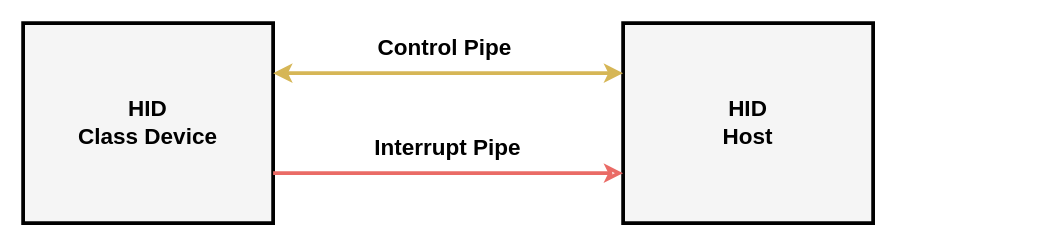
The draw.io diagram diagrams/hid_communication/hid_communication.drawio in Doly02/thesis, before the edit. Source tidied: cells renumbered, new cells numbered last; positions are measured from the earlier drawing's top-left corner, leaving out a move shared by most shapes. Both pictures are drawn from the tidied source at 125%, with x=0, y=0 at pixel (22, 22).
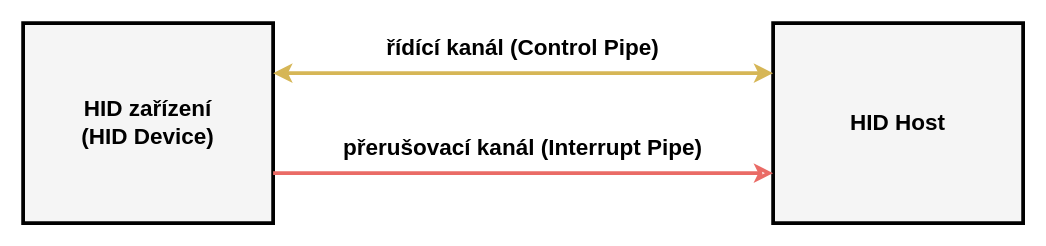
The same page after the edit.

The edit, as a diff of the source:
```diff
@@
 <mxGraphModel>
   <root>
     <mxCell id="0" />
     <mxCell id="1" parent="0" />
-    <mxCell id="2" value="&lt;font style=&quot;font-size: 18px; color: rgb(0, 0, 0);&quot;&gt;&lt;b style=&quot;&quot;&gt;HID&lt;/b&gt;&lt;/font&gt;&lt;div&gt;&lt;font style=&quot;font-size: 18px; color: rgb(0, 0, 0);&quot;&gt;&lt;b style=&quot;&quot;&gt;Class Device&lt;/b&gt;&lt;/font&gt;&lt;/div&gt;" style="rounded=0;whiteSpace=wrap;html=1;strokeWidth=3;fillColor=#f5f5f5;fontColor=#333333;strokeColor=#000000;" parent="1" vertex="1">
+    <mxCell id="2" value="&lt;font style=&quot;font-size: 18px; color: rgb(0, 0, 0);&quot;&gt;&lt;b style=&quot;&quot;&gt;HID&amp;nbsp;&lt;/b&gt;&lt;/font&gt;&lt;b style=&quot;background-color: transparent; color: rgb(0, 0, 0); font-size: 18px;&quot;&gt;zařízení&lt;/b&gt;&lt;div&gt;&lt;font style=&quot;font-size: 18px; color: rgb(0, 0, 0);&quot;&gt;&lt;b style=&quot;&quot;&gt;(&lt;/b&gt;&lt;/font&gt;&lt;b style=&quot;color: rgb(0, 0, 0); font-size: 18px; background-color: transparent;&quot;&gt;&lt;b&gt;HID Device&lt;/b&gt;)&lt;/b&gt;&lt;/div&gt;" style="rounded=0;whiteSpace=wrap;html=1;strokeWidth=3;fillColor=#f5f5f5;fontColor=#333333;strokeColor=#000000;" parent="1" vertex="1">
       <mxGeometry width="200" height="160" as="geometry" />
     </mxCell>
-    <mxCell id="3" value="&lt;font style=&quot;font-size: 18px; color: rgb(0, 0, 0);&quot;&gt;&lt;b style=&quot;&quot;&gt;HID&lt;/b&gt;&lt;/font&gt;&lt;div&gt;&lt;font style=&quot;font-size: 18px; color: rgb(0, 0, 0);&quot;&gt;&lt;b style=&quot;&quot;&gt;Host&lt;/b&gt;&lt;/font&gt;&lt;/div&gt;" style="rounded=0;whiteSpace=wrap;html=1;strokeWidth=3;fillColor=#f5f5f5;fontColor=#333333;strokeColor=#000000;" parent="1" vertex="1">
-      <mxGeometry x="480" width="200" height="160" as="geometry" />
+    <mxCell id="3" value="&lt;font style=&quot;font-size: 18px; color: rgb(0, 0, 0);&quot;&gt;&lt;b style=&quot;&quot;&gt;HID&amp;nbsp;&lt;/b&gt;&lt;/font&gt;&lt;b style=&quot;color: rgb(0, 0, 0); font-size: 18px; background-color: transparent;&quot;&gt;Host&lt;/b&gt;" style="rounded=0;whiteSpace=wrap;html=1;strokeWidth=3;fillColor=#f5f5f5;fontColor=#333333;strokeColor=#000000;" parent="1" vertex="1">
+      <mxGeometry x="600" width="200" height="160" as="geometry" />
     </mxCell>
     <mxCell id="4" style="endArrow=classic;html=1;rounded=0;exitX=1;exitY=0.25;exitDx=0;exitDy=0;entryX=0;entryY=0.25;entryDx=0;entryDy=0;strokeWidth=3;fillColor=#fff2cc;strokeColor=#d6b656;startArrow=classic;startFill=1;" parent="1" edge="1" source="2" target="3">
       <mxGeometry relative="1" as="geometry" />
     </mxCell>
     <mxCell id="5" style="endArrow=none;html=1;rounded=0;exitX=0;exitY=0.75;exitDx=0;exitDy=0;entryX=1;entryY=0.75;entryDx=0;entryDy=0;strokeWidth=3;fillColor=#ffe6cc;strokeColor=#EA6B66;startArrow=classic;startFill=0;" parent="1" edge="1" source="3" target="2">
       <mxGeometry relative="1" as="geometry" />
     </mxCell>
-    <mxCell id="6" value="&lt;font style=&quot;font-size: 18px; color: rgb(0, 0, 0);&quot;&gt;&lt;b style=&quot;&quot;&gt;Control Pipe&amp;nbsp;&lt;/b&gt;&lt;/font&gt;" style="text;html=1;align=center;verticalAlign=middle;whiteSpace=wrap;rounded=0;" parent="1" vertex="1">
-      <mxGeometry x="240" width="200" height="40" as="geometry" />
+    <mxCell id="6" value="&lt;font style=&quot;font-size: 18px; color: rgb(0, 0, 0);&quot;&gt;&lt;b&gt;řídící kanál&amp;nbsp;&lt;/b&gt;&lt;b style=&quot;&quot;&gt;(&lt;/b&gt;&lt;b&gt;Control Pipe&lt;/b&gt;&lt;b style=&quot;&quot;&gt;)&lt;/b&gt;&lt;/font&gt;" style="text;html=1;align=center;verticalAlign=middle;whiteSpace=wrap;rounded=0;" parent="1" vertex="1">
+      <mxGeometry x="250" width="300" height="40" as="geometry" />
     </mxCell>
-    <mxCell id="7" value="&lt;font style=&quot;font-size: 18px; color: rgb(0, 0, 0);&quot;&gt;&lt;b style=&quot;&quot;&gt;Interrupt Pipe&lt;/b&gt;&lt;/font&gt;" style="text;html=1;align=center;verticalAlign=middle;whiteSpace=wrap;rounded=0;" parent="1" vertex="1">
-      <mxGeometry x="240" y="80" width="200" height="40" as="geometry" />
+    <mxCell id="7" value="&lt;font style=&quot;font-size: 18px; color: rgb(0, 0, 0);&quot;&gt;&lt;b&gt;přerušovací kanál&amp;nbsp;&lt;/b&gt;&lt;b style=&quot;&quot;&gt;(&lt;/b&gt;&lt;/font&gt;&lt;b style=&quot;font-size: 18px;&quot;&gt;Interrupt Pipe&lt;/b&gt;&lt;span style=&quot;font-size: 18px;&quot;&gt;&lt;b&gt;)&lt;/b&gt;&lt;/span&gt;" style="text;html=1;align=center;verticalAlign=middle;whiteSpace=wrap;rounded=0;" parent="1" vertex="1">
+      <mxGeometry x="250" y="80" width="300" height="40" as="geometry" />
     </mxCell>
   </root>
 </mxGraphModel>
```
